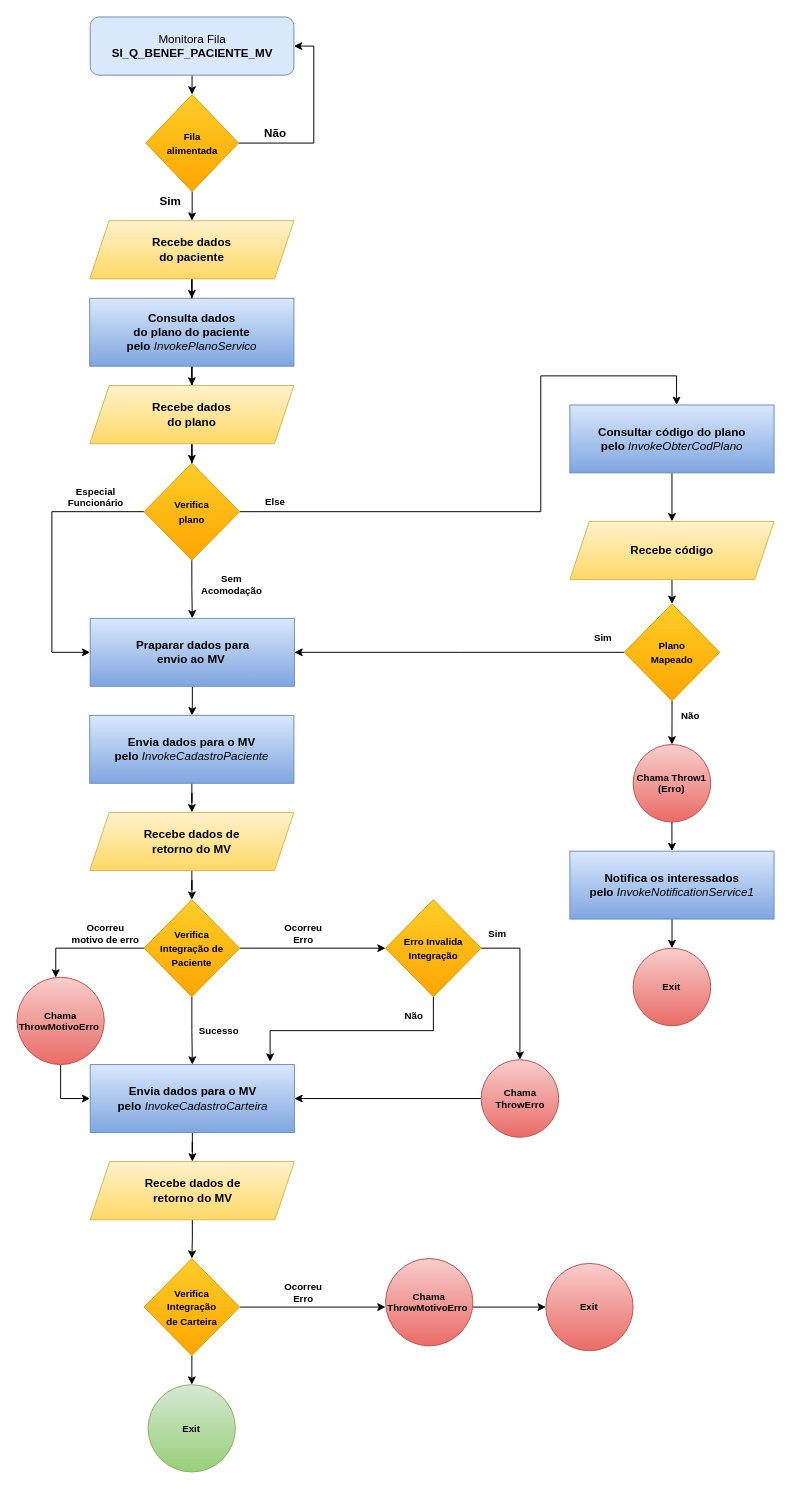
The draw.io diagram SabiusMvPaciente.drawio in rrmagalhaes/DrawIo, before the edit. Source tidied: cells renumbered, new cells numbered last; positions are measured from the earlier drawing's top-left corner, leaving out a move shared by most shapes. Both pictures are drawn from the tidied source at 97%, with x=0, y=0 at pixel (16, 16).
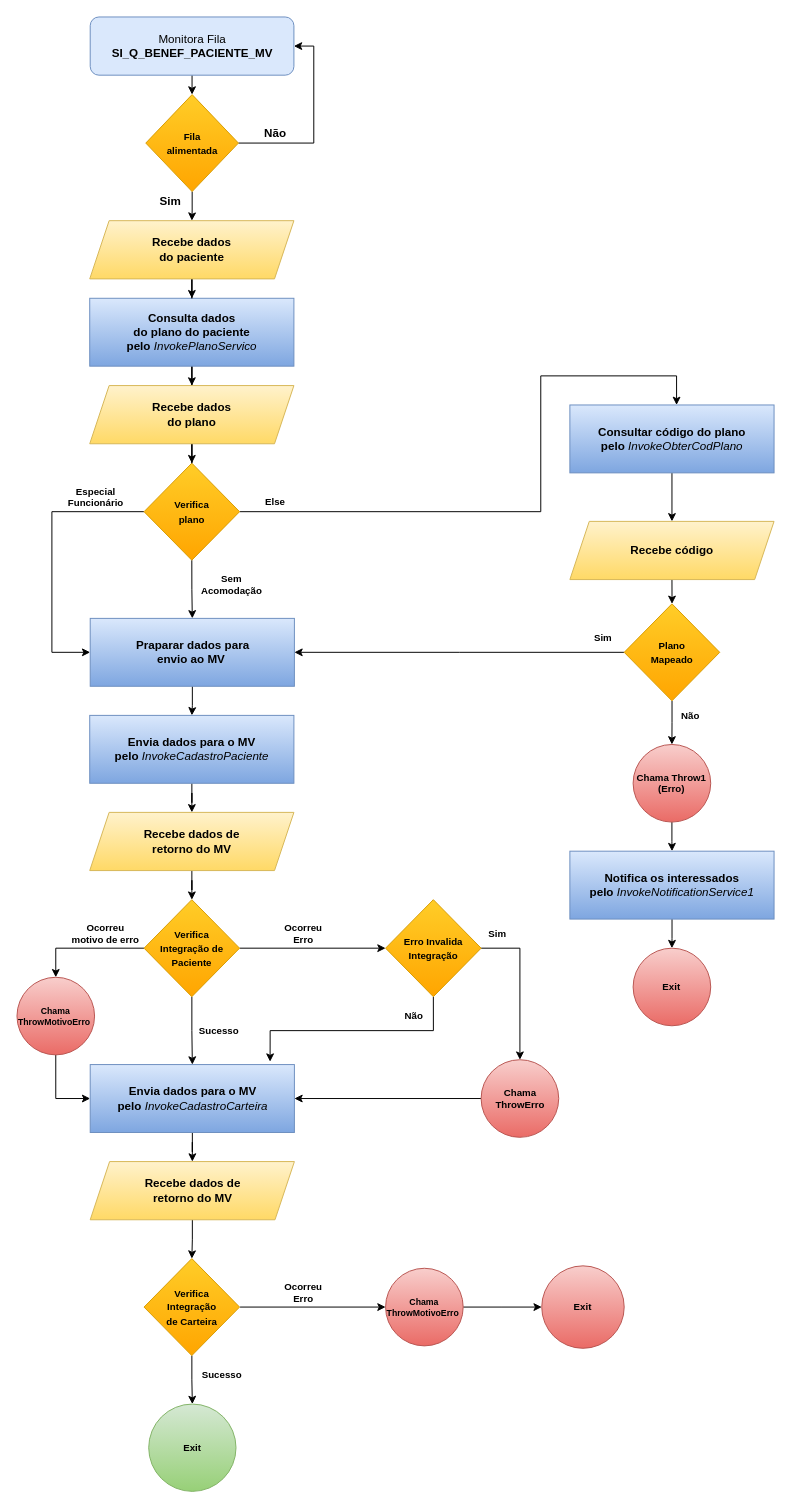
Above is the later version.

Commit message:
Finish_fluxograma

Change to the diagram source:
```diff
@@
-    <mxCell id="47" value="&lt;b&gt;Chama ThrowMotivoErro&amp;nbsp;&lt;/b&gt;" style="ellipse;whiteSpace=wrap;html=1;fontSize=10;fillColor=#f8cecc;strokeColor=#b85450;gradientColor=#ea6b66;" parent="1" vertex="1">
-      <mxGeometry y="990" width="90" height="90" as="geometry" />
+    <mxCell id="47" value="&lt;b&gt;&lt;font style=&quot;font-size: 9px;&quot;&gt;Chama ThrowMotivoErro&amp;nbsp;&lt;/font&gt;&lt;/b&gt;" style="ellipse;whiteSpace=wrap;html=1;fontSize=10;fillColor=#f8cecc;strokeColor=#b85450;gradientColor=#ea6b66;" parent="1" vertex="1">
+      <mxGeometry y="990" width="80" height="80" as="geometry" />
     </mxCell>
@@
-    <mxCell id="67" value="&lt;b&gt;Chama ThrowMotivoErro&amp;nbsp;&lt;/b&gt;" style="ellipse;whiteSpace=wrap;html=1;fontSize=10;fillColor=#f8cecc;strokeColor=#b85450;gradientColor=#ea6b66;" parent="1" vertex="1">
-      <mxGeometry x="380" y="1280" width="90" height="90" as="geometry" />
+    <mxCell id="67" value="&lt;b&gt;&lt;font style=&quot;font-size: 9px;&quot;&gt;Chama ThrowMotivoErro&amp;nbsp;&lt;/font&gt;&lt;/b&gt;" style="ellipse;whiteSpace=wrap;html=1;fontSize=10;fillColor=#f8cecc;strokeColor=#b85450;gradientColor=#ea6b66;" parent="1" vertex="1">
+      <mxGeometry x="380" y="1290" width="80" height="80" as="geometry" />
     </mxCell>
     <mxCell id="68" value="&lt;b&gt;Exit&lt;br&gt;&lt;/b&gt;" style="ellipse;whiteSpace=wrap;html=1;fontSize=10;fillColor=#f8cecc;strokeColor=#b85450;gradientColor=#ea6b66;" parent="1" vertex="1">
-      <mxGeometry x="545.2" y="1285" width="90" height="90" as="geometry" />
+      <mxGeometry x="541" y="1287.5" width="85" height="85" as="geometry" />
     </mxCell>
     <mxCell id="69" value="&lt;b&gt;Exit&lt;br&gt;&lt;/b&gt;" style="ellipse;whiteSpace=wrap;html=1;fontSize=10;fillColor=#d5e8d4;strokeColor=#82b366;gradientColor=#97d077;" parent="1" vertex="1">
-      <mxGeometry x="135.2" y="1410" width="90" height="90" as="geometry" />
+      <mxGeometry x="135.8" y="1430" width="90" height="90" as="geometry" />
     </mxCell>
+    <mxCell id="70" value="&lt;b&gt;Sucesso&lt;br&gt;&lt;/b&gt;" style="text;html=1;align=center;verticalAlign=middle;strokeColor=none;fillColor=none;fontSize=10;" parent="1" vertex="1">
+      <mxGeometry x="181" y="1390" width="60" height="20" as="geometry" />
+    </mxCell>
```
